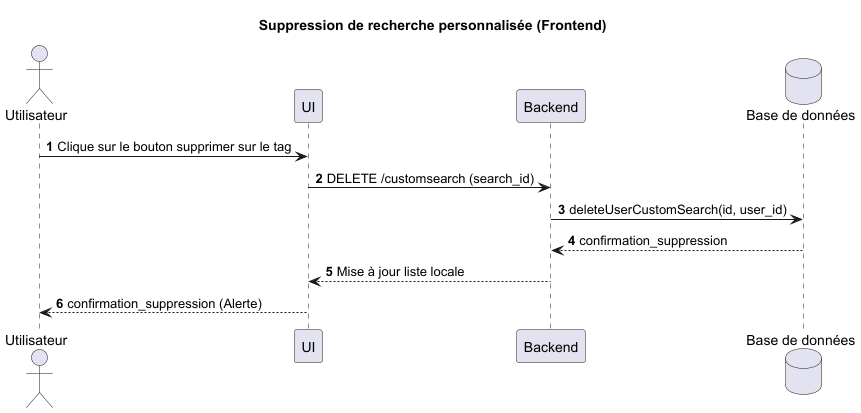
The PlantUML diagram docs/UML/search-history-diagram_delete-Suppression_de_recherche_personnalisée__Frontend_.png in TPI2026-NewsGenerator/NewsGenerator-Frontend, before a commit. The source it was exported from:
```plantuml
@startuml
title Suppression de recherche personnalisée (Frontend)
autonumber

actor "Utilisateur" as User
participant "UI" as UI
participant "Backend" as BE
database "Base de données" as DB


User -> UI : Clique sur le bouton supprimer sur le tag
UI -> BE : DELETE /customsearch (search_id)
BE -> DB : deleteUserCustomSearch(id, user_id)
DB --> BE : confirmation_suppression
BE --> UI : Mise à jour liste locale
UI --> User : confirmation_suppression (Alerte)


@enduml
```
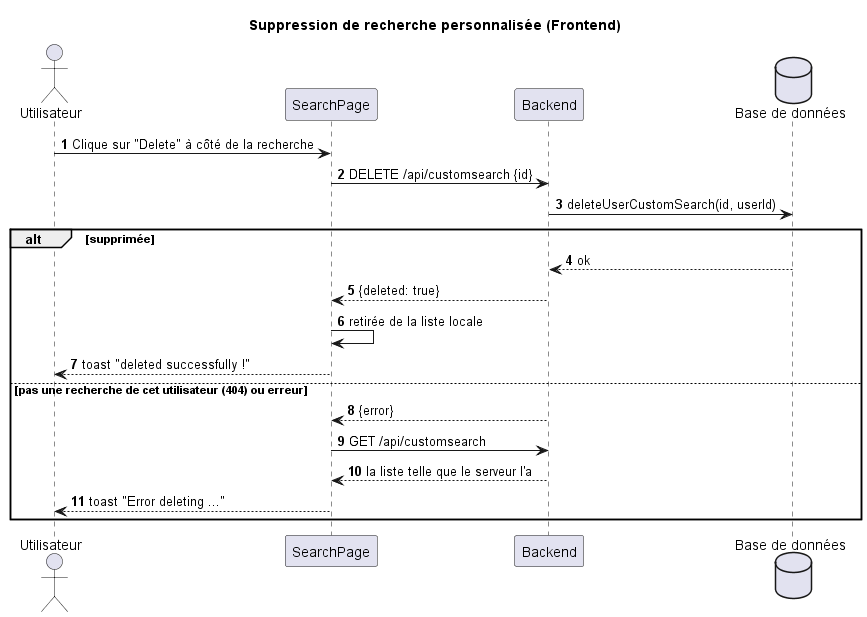
Above is the later version.

What changed in the source:
```diff
@@ -3,17 +3,23 @@
 autonumber
 
 actor "Utilisateur" as User
-participant "UI" as UI
+participant "SearchPage" as UI
 participant "Backend" as BE
 database "Base de données" as DB
 
-
-User -> UI : Clique sur le bouton supprimer sur le tag
-UI -> BE : DELETE /customsearch (search_id)
-BE -> DB : deleteUserCustomSearch(id, user_id)
-DB --> BE : confirmation_suppression
-BE --> UI : Mise à jour liste locale
-UI --> User : confirmation_suppression (Alerte)
-
+User -> UI : Clique sur "Delete" à côté de la recherche
+UI -> BE : DELETE /api/customsearch {id}
+BE -> DB : deleteUserCustomSearch(id, userId)
+alt supprimée
+    DB --> BE : ok
+    BE --> UI : {deleted: true}
+    UI -> UI : retirée de la liste locale
+    UI --> User : toast "deleted successfully !"
+else pas une recherche de cet utilisateur (404) ou erreur
+    BE --> UI : {error}
+    UI -> BE : GET /api/customsearch
+    BE --> UI : la liste telle que le serveur l'a
+    UI --> User : toast "Error deleting ..."
+end
 
 @enduml
```
